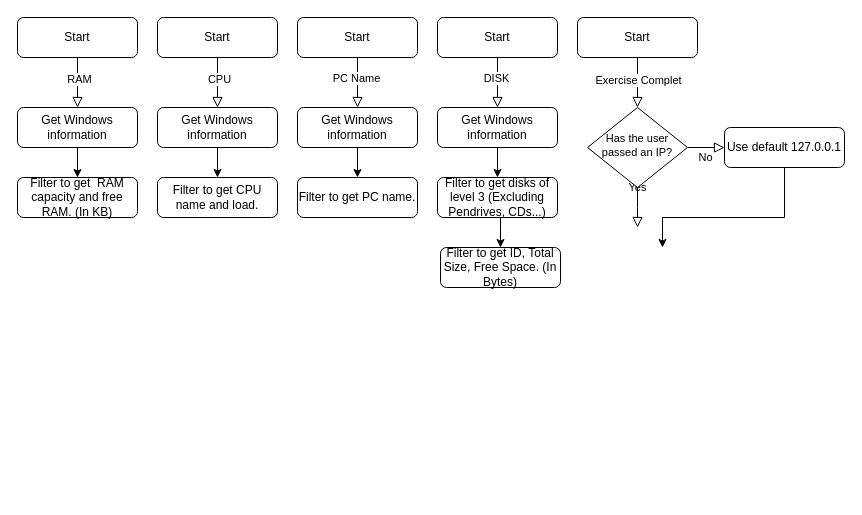
The draw.io diagram Breena/Exercises-Breena-MA18.drawio in pv03rvu/MA-18_groupe4, before the edit. Source tidied: cells renumbered, new cells numbered last; positions are measured from the earlier drawing's top-left corner, leaving out a move shared by most shapes. Both pictures are drawn from the tidied source at 100%, with x=0, y=0 at pixel (17, 17).
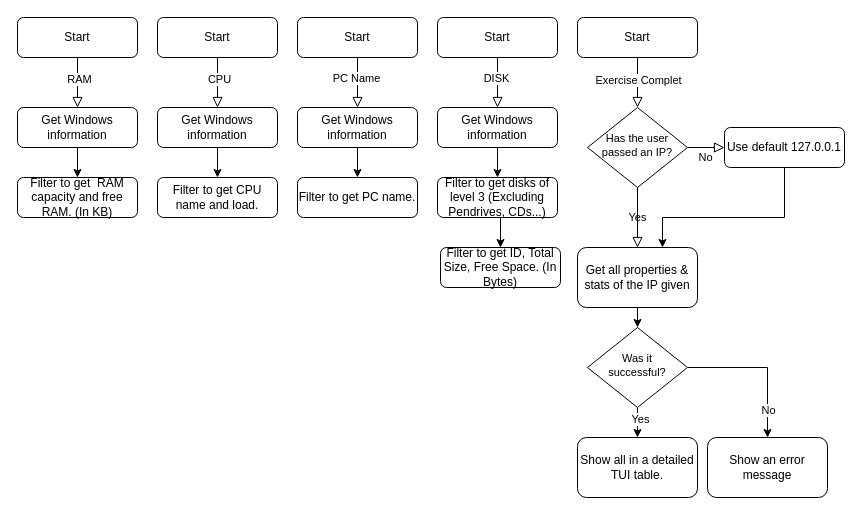
The same diagram, later.

Unchanged cells that the change refers to:
```xml
<mxCell id="13" value="Has the user passed an IP?" style="rhombus;whiteSpace=wrap;html=1;shadow=0;fontFamily=Helvetica;fontSize=11;align=center;strokeWidth=1;spacing=6;spacingTop=-4;" parent="1" vertex="1">
  <mxGeometry x="570" y="90" width="100" height="80" as="geometry" />
</mxCell>
```

The edit, as a diff of the source:
```diff
@@
-    <mxCell id="11" value="Yes" style="rounded=0;html=1;jettySize=auto;fontSize=11;endArrow=block;endFill=0;endSize=8;strokeWidth=1;shadow=0;labelBackgroundColor=none;edgeStyle=orthogonalEdgeStyle;" parent="1" edge="1" source="13">
-      <mxGeometry y="20" relative="1" as="geometry">
-        <mxPoint x="620" y="210" as="targetPoint" />
-      </mxGeometry>
+    <mxCell id="11" value="Yes" style="rounded=0;html=1;jettySize=auto;fontSize=11;endArrow=block;endFill=0;endSize=8;strokeWidth=1;shadow=0;labelBackgroundColor=none;edgeStyle=orthogonalEdgeStyle;entryX=0.5;entryY=0;entryDx=0;entryDy=0;" parent="1" edge="1" source="13" target="37">
+      <mxGeometry relative="1" as="geometry" />
     </mxCell>
@@
+    <mxCell id="36" style="edgeStyle=orthogonalEdgeStyle;rounded=0;jettySize=auto;html=1;exitX=0.5;exitY=1;exitDx=0;exitDy=0;entryX=0.5;entryY=0;entryDx=0;entryDy=0;" parent="1" edge="1" source="37" target="43">
+      <mxGeometry relative="1" as="geometry" />
+    </mxCell>
+    <mxCell id="37" value="Get all properties &amp;amp; stats of the IP given" style="rounded=1;whiteSpace=wrap;html=1;" parent="1" vertex="1">
+      <mxGeometry x="560" y="230" width="120" height="60" as="geometry" />
+    </mxCell>
+    <mxCell id="38" value="Show all in a detailed TUI table." style="rounded=1;whiteSpace=wrap;html=1;" parent="1" vertex="1">
+      <mxGeometry x="560" y="420" width="120" height="60" as="geometry" />
+    </mxCell>
+    <mxCell id="39" style="edgeStyle=orthogonalEdgeStyle;rounded=0;jettySize=auto;html=1;exitX=0.5;exitY=1;exitDx=0;exitDy=0;entryX=0.5;entryY=0;entryDx=0;entryDy=0;" parent="1" edge="1" source="43" target="38">
+      <mxGeometry relative="1" as="geometry" />
+    </mxCell>
+    <mxCell id="40" value="Yes" style="edgeLabel;html=1;align=center;verticalAlign=middle;" parent="39" vertex="1">
+      <mxGeometry x="-0.27" y="2" relative="1" as="geometry" />
+    </mxCell>
+    <mxCell id="41" style="edgeStyle=orthogonalEdgeStyle;rounded=0;jettySize=auto;html=1;exitX=1;exitY=0.5;exitDx=0;exitDy=0;entryX=0.5;entryY=0;entryDx=0;entryDy=0;" parent="1" edge="1" source="43" target="44">
+      <mxGeometry relative="1" as="geometry" />
+    </mxCell>
+    <mxCell id="42" value="No" style="edgeLabel;html=1;align=center;verticalAlign=middle;" parent="41" vertex="1">
+      <mxGeometry x="0.62" relative="1" as="geometry" />
+    </mxCell>
+    <mxCell id="43" value="Was it successful?" style="rhombus;whiteSpace=wrap;html=1;shadow=0;fontFamily=Helvetica;fontSize=11;align=center;strokeWidth=1;spacing=6;spacingTop=-4;" parent="1" vertex="1">
+      <mxGeometry x="570" y="310" width="100" height="80" as="geometry" />
+    </mxCell>
+    <mxCell id="44" value="Show an error message" style="rounded=1;whiteSpace=wrap;html=1;" parent="1" vertex="1">
+      <mxGeometry x="690" y="420" width="120" height="60" as="geometry" />
+    </mxCell>
```
